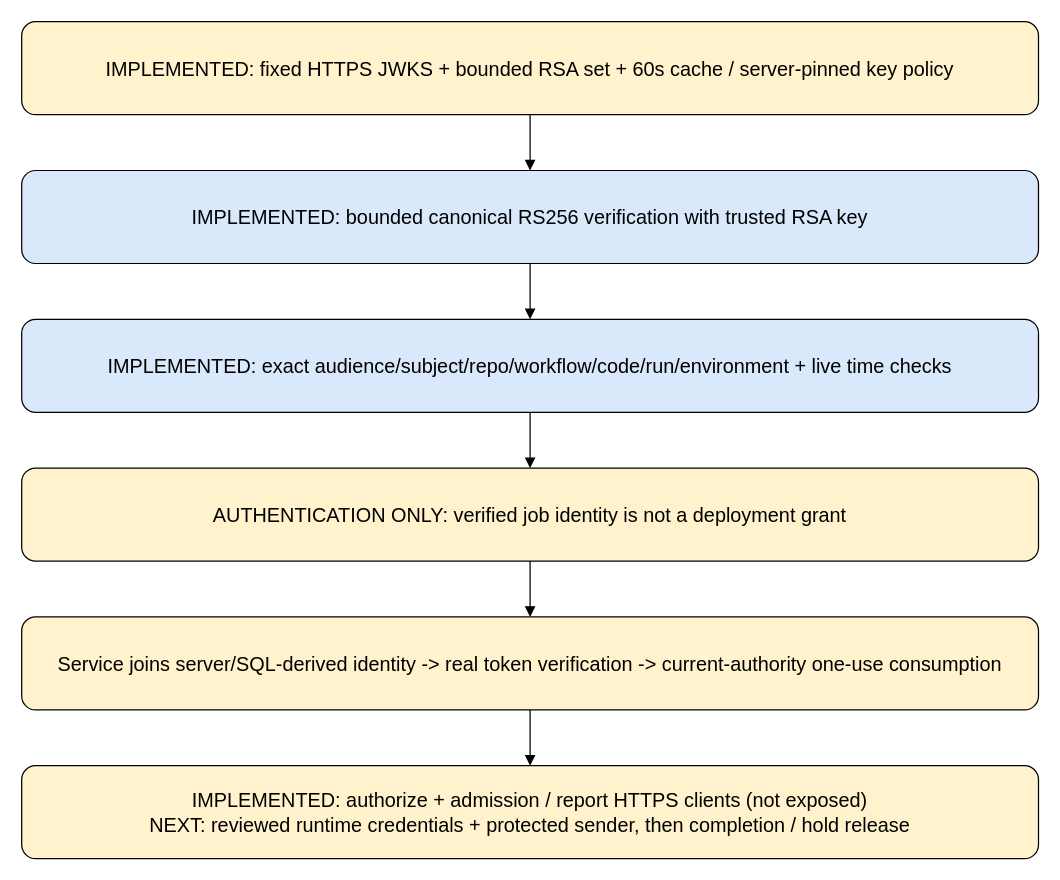
The draw.io diagram docs/diagrams/cms-receiver-exchange.drawio in devalltect00/devalltect00.github.io, before the edit. Source tidied: cells renumbered, new cells numbered last; positions are measured from the earlier drawing's top-left corner, leaving out a move shared by most shapes. Both pictures are drawn from the tidied source at 124%, with x=0, y=0 at pixel (21, 21).
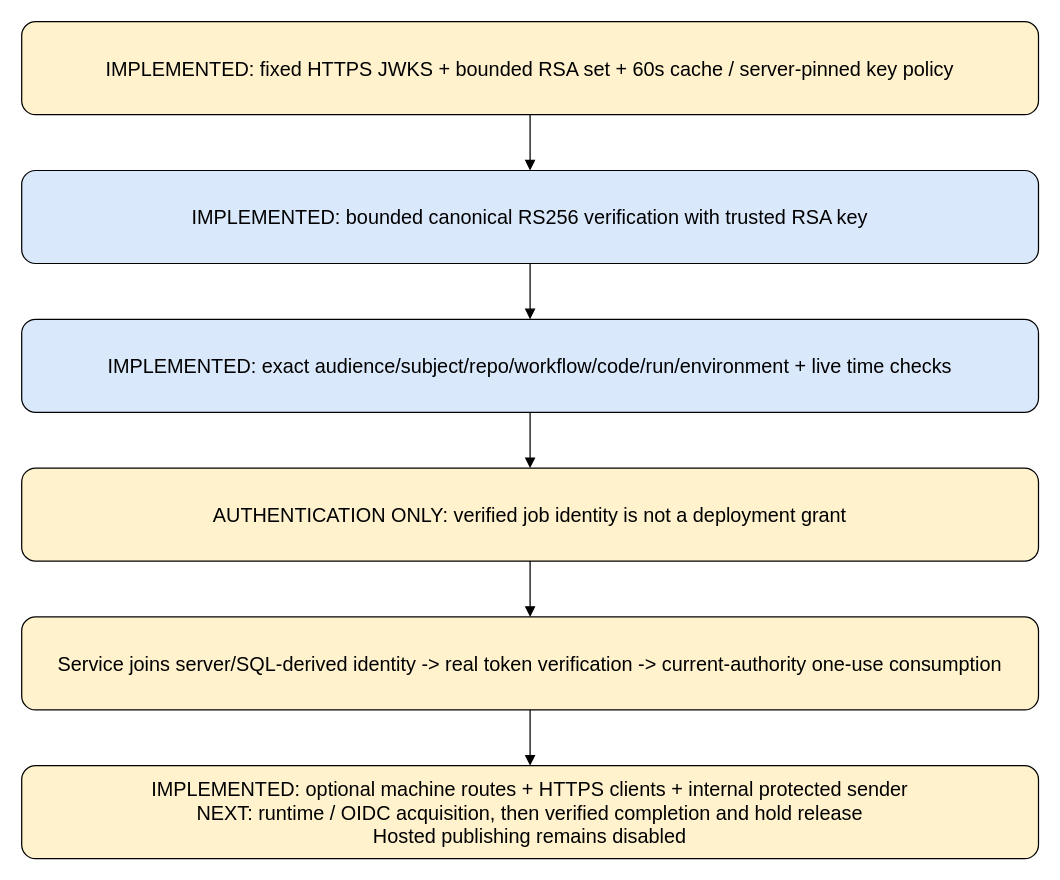
After the change.

What changed in the source:
```diff
@@
 <mxGraphModel>
   <root>
     <mxCell id="0" />
     <mxCell id="1" parent="0" />
     <mxCell id="2" value="IMPLEMENTED: fixed HTTPS JWKS + bounded RSA set + 60s cache / server-pinned key policy" style="rounded=1;whiteSpace=wrap;html=1;fillColor=#fff2cc;fontSize=16;" parent="1" vertex="1">
       <mxGeometry width="820" height="75" as="geometry" />
     </mxCell>
     <mxCell id="3" value="IMPLEMENTED: bounded canonical RS256 verification with trusted RSA key" style="rounded=1;whiteSpace=wrap;html=1;fillColor=#dae8fc;fontSize=16;" parent="1" vertex="1">
       <mxGeometry y="120" width="820" height="75" as="geometry" />
     </mxCell>
     <mxCell id="4" style="endArrow=block;" parent="1" edge="1" source="2" target="3">
       <mxGeometry relative="1" as="geometry" />
     </mxCell>
     <mxCell id="5" value="IMPLEMENTED: exact audience/subject/repo/workflow/code/run/environment + live time checks" style="rounded=1;whiteSpace=wrap;html=1;fillColor=#dae8fc;fontSize=16;" parent="1" vertex="1">
       <mxGeometry y="240" width="820" height="75" as="geometry" />
     </mxCell>
     <mxCell id="6" style="endArrow=block;" parent="1" edge="1" source="3" target="5">
       <mxGeometry relative="1" as="geometry" />
     </mxCell>
     <mxCell id="7" value="AUTHENTICATION ONLY: verified job identity is not a deployment grant" style="rounded=1;whiteSpace=wrap;html=1;fillColor=#fff2cc;fontSize=16;" parent="1" vertex="1">
       <mxGeometry y="360" width="820" height="75" as="geometry" />
     </mxCell>
     <mxCell id="8" style="endArrow=block;" parent="1" edge="1" source="5" target="7">
       <mxGeometry relative="1" as="geometry" />
     </mxCell>
     <mxCell id="9" value="Service joins server/SQL-derived identity -&gt; real token verification -&gt; current-authority one-use consumption" style="rounded=1;whiteSpace=wrap;html=1;fillColor=#fff2cc;fontSize=16;" parent="1" vertex="1">
       <mxGeometry y="480" width="820" height="75" as="geometry" />
     </mxCell>
     <mxCell id="10" style="endArrow=block;" parent="1" edge="1" source="7" target="9">
       <mxGeometry relative="1" as="geometry" />
     </mxCell>
-    <mxCell id="11" value="IMPLEMENTED: authorize + admission / report HTTPS clients (not exposed)&#10;NEXT: reviewed runtime credentials + protected sender, then completion / hold release" style="rounded=1;whiteSpace=wrap;html=1;fillColor=#fff2cc;fontSize=16;" parent="1" vertex="1">
+    <mxCell id="11" value="IMPLEMENTED: optional machine routes + HTTPS clients + internal protected sender&#10;NEXT: runtime / OIDC acquisition, then verified completion and hold release&#10;Hosted publishing remains disabled" style="rounded=1;whiteSpace=wrap;html=1;fillColor=#fff2cc;fontSize=16;" parent="1" vertex="1">
       <mxGeometry y="600" width="820" height="75" as="geometry" />
     </mxCell>
     <mxCell id="12" style="endArrow=block;" parent="1" edge="1" source="9" target="11">
       <mxGeometry relative="1" as="geometry" />
     </mxCell>
   </root>
 </mxGraphModel>
```
